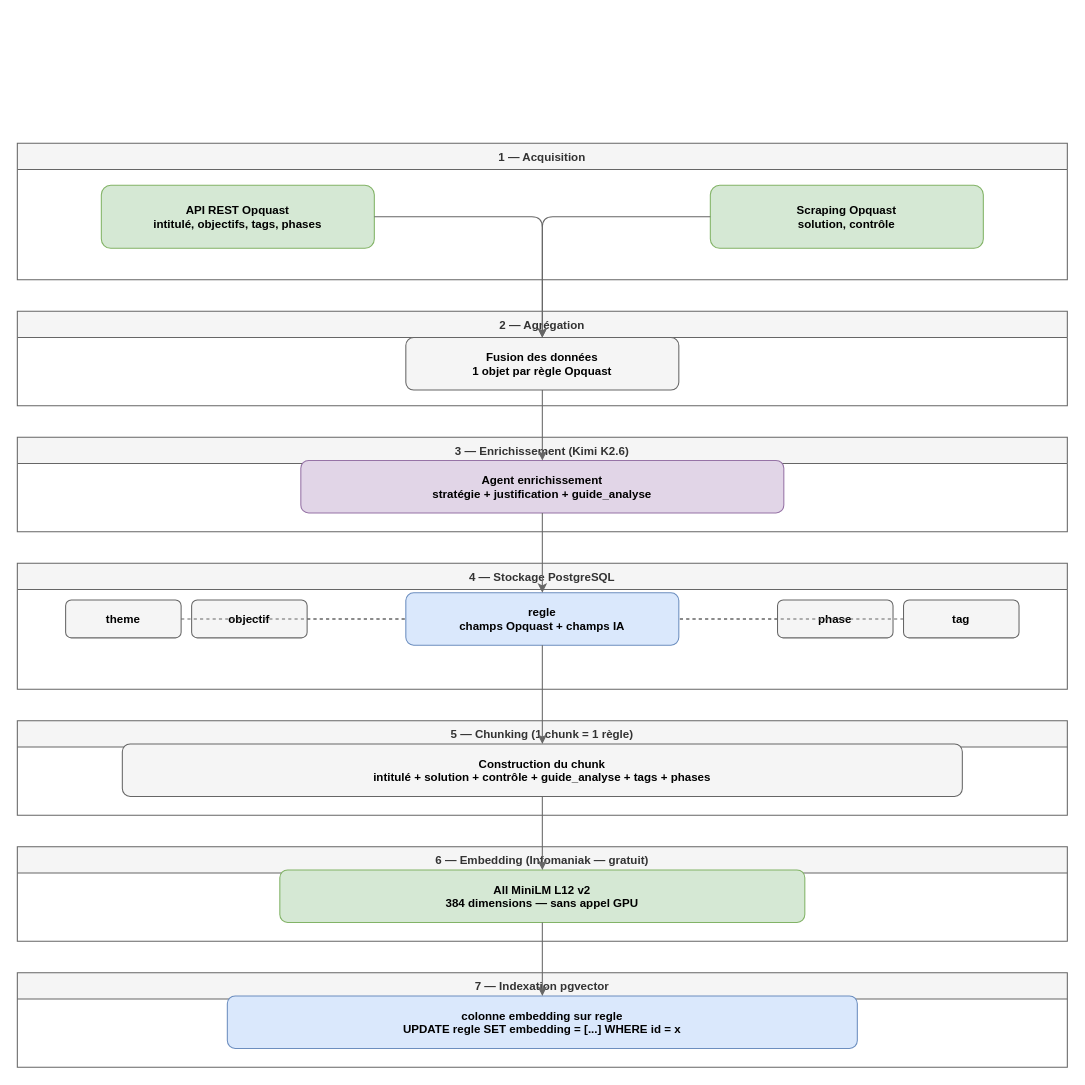
Above: conception/2_ingestion/C_pipeline_ingestion.drawio in wawawaformation/qualicheck (draw.io), before the change. Source tidied: cells renumbered, new cells numbered last; positions are measured from the earlier drawing's top-left corner, leaving out a move shared by most shapes. Both pictures are drawn from the tidied source at 105%, with x=0, y=0 at pixel (17, 143).
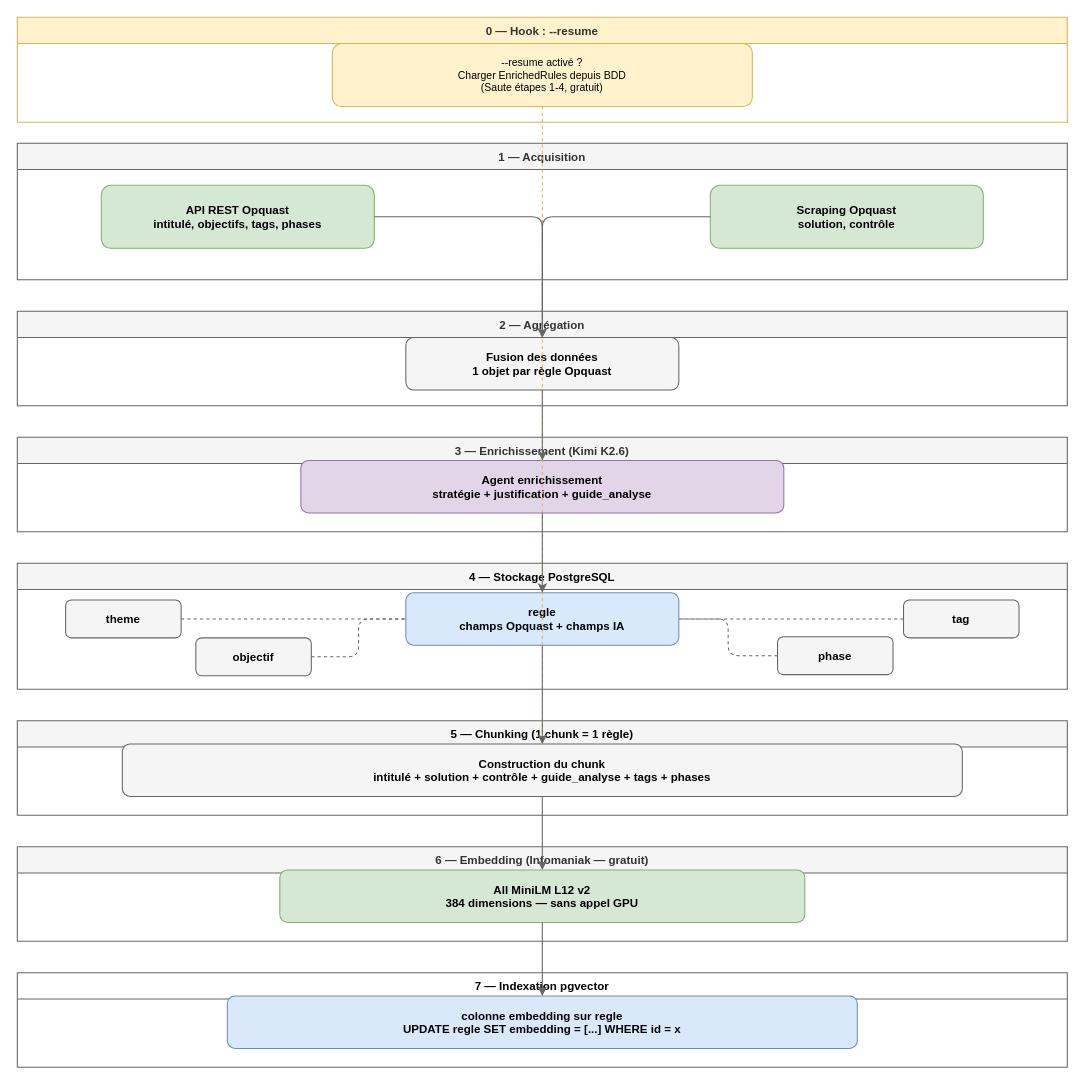
Above is the later version.

The change refers to these unchanged cells:
```xml
<mxCell id="20" value="Construction du chunk&#10;intitulé + solution + contrôle + guide_analyse + tags + phases" style="rounded=1;fillColor=#f5f5f5;strokeColor=#666666;fontSize=11;fontStyle=1;html=0;" parent="19" vertex="1">
  <mxGeometry x="100" y="22" width="800" height="50" as="geometry" />
</mxCell>
```

Diff of the diagram source:
```diff
@@
+    <mxCell id="32" value="0 — Hook : --resume" style="swimlane;startSize=25;fillColor=#fff2cc;strokeColor=#d6b656;fontColor=#333333;fontStyle=1;fontSize=11;html=0;" parent="1" vertex="1">
+      <mxGeometry y="-120" width="1000" height="100" as="geometry" />
+    </mxCell>
+    <mxCell id="33" value="--resume activé ?&#10;Charger EnrichedRules depuis BDD&#10;(Saute étapes 1-4, gratuit)" style="rounded=1;fillColor=#fff2cc;strokeColor=#d6b656;fontSize=10;fontStyle=0;html=0;" parent="32" vertex="1">
+      <mxGeometry x="300" y="25" width="400" height="60" as="geometry" />
+    </mxCell>
@@
-    <mxCell id="9" value="4 — Stockage PostgreSQL" style="swimlane;startSize=25;fillColor=#f5f5f5;strokeColor=#666666;fontColor=#333333;fontStyle=1;fontSize=11;html=0;" parent="1" vertex="1">
+    <mxCell id="9" value="4 — Stockage PostgreSQL" style="swimlane;startSize=25;fillColor=#f5f5f5;strokeColor=#666666;fontColor:#333333;fontStyle=1;fontSize=11;html=0;" parent="1" vertex="1">
       <mxGeometry y="400" width="1000" height="120" as="geometry" />
     </mxCell>
@@
     <mxCell id="12" value="objectif" style="rounded=1;fillColor=#f5f5f5;strokeColor=#666666;fontSize=11;fontStyle=1;html=0;" parent="9" vertex="1">
-      <mxGeometry x="166" y="35" width="110" height="36" as="geometry" />
+      <mxGeometry x="170" y="71" width="110" height="36" as="geometry" />
     </mxCell>
     <mxCell id="13" value="phase" style="rounded=1;fillColor=#f5f5f5;strokeColor=#666666;fontSize=11;fontStyle=1;html=0;" parent="9" vertex="1">
-      <mxGeometry x="724" y="35" width="110" height="36" as="geometry" />
+      <mxGeometry x="724" y="70" width="110" height="36" as="geometry" />
     </mxCell>
@@
-    <mxCell id="19" value="5 — Chunking (1 chunk = 1 règle)" style="swimlane;startSize=25;fillColor=#f5f5f5;strokeColor=#666666;fontColor=#333333;fontStyle=1;fontSize=11;html=0;" parent="1" vertex="1">
+    <mxCell id="19" value="5 — Chunking (1 chunk = 1 règle)" style="swimlane;startSize=25;fillColor=#f5f5f5;strokeColor=#666666;fontColor:#333333;fontStyle=1;fontSize=11;html=0;" parent="1" vertex="1">
       <mxGeometry y="550" width="1000" height="90" as="geometry" />
     </mxCell>
@@
-    <mxCell id="23" value="7 — Indexation pgvector" style="swimlane;startSize=25;fillColor=#f5f5f5;strokeColor=#666666;fontColor=#333333;fontStyle=1;fontSize=11;html=0;" parent="1" vertex="1">
+    <mxCell id="23" value="7 — Indexation pgvector" style="swimlane;startSize=25;fillColor:#f5f5f5;strokeColor=#666666;fontColor:#333333;fontStyle=1;fontSize=11;html=0;" parent="1" vertex="1">
       <mxGeometry y="790" width="1000" height="90" as="geometry" />
     </mxCell>
@@
+    <mxCell id="34" style="edgeStyle=orthogonalEdgeStyle;strokeColor=#d6b656;dashed=1;" parent="1" edge="1" source="33" target="20">
+      <mxGeometry relative="1" as="geometry" />
+    </mxCell>
```
